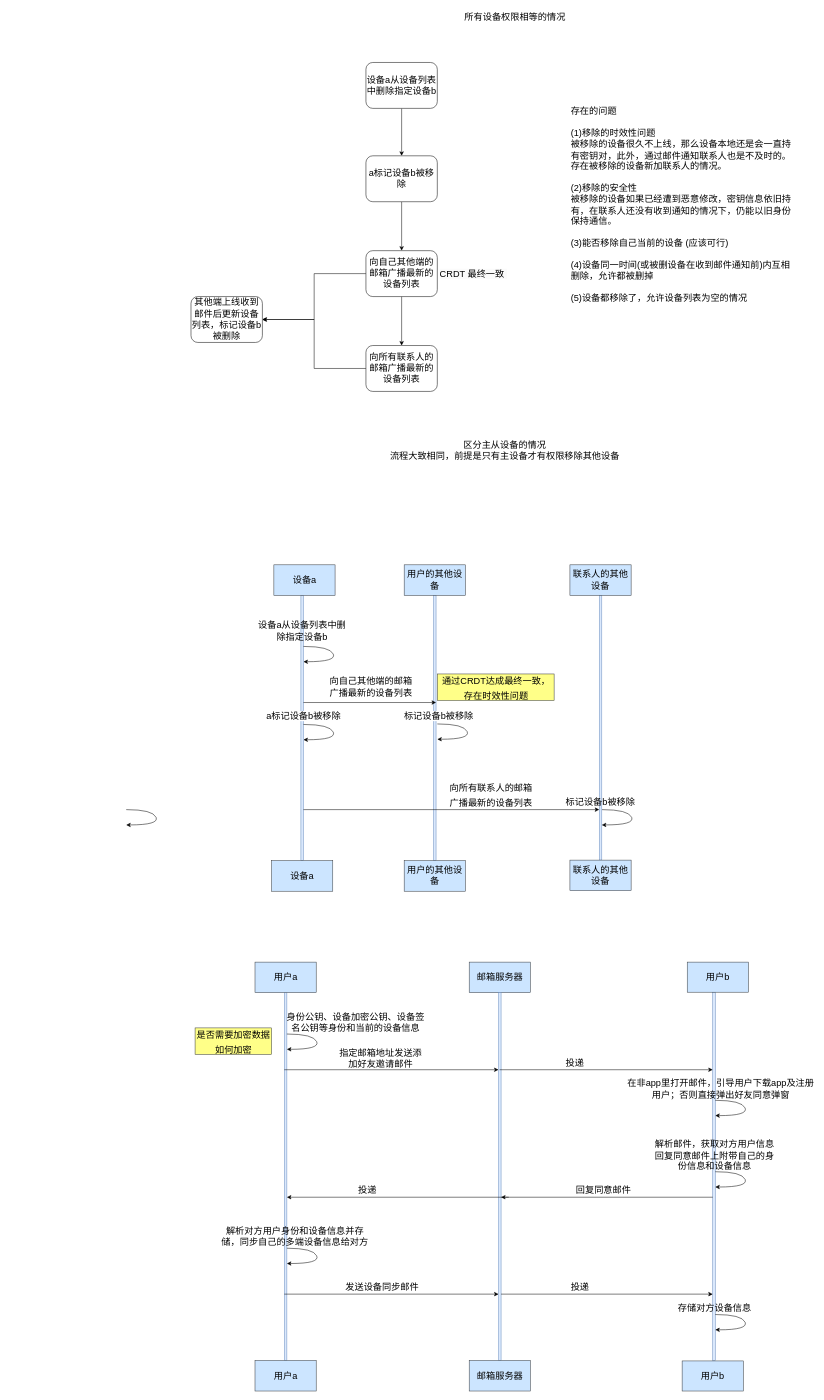
fiking1984/packetAnalyze keeps this draw.io diagram as page "第 14 页" (14 of 14) of src/main/java/Untitled Diagram.drawio. Above is the earlier version. Source tidied: cells renumbered, new cells numbered last; positions are measured from the earlier drawing's top-left corner, leaving out a move shared by most shapes. Both pictures are drawn from the tidied source at 51%, with x=0, y=0 at pixel (126, 9).
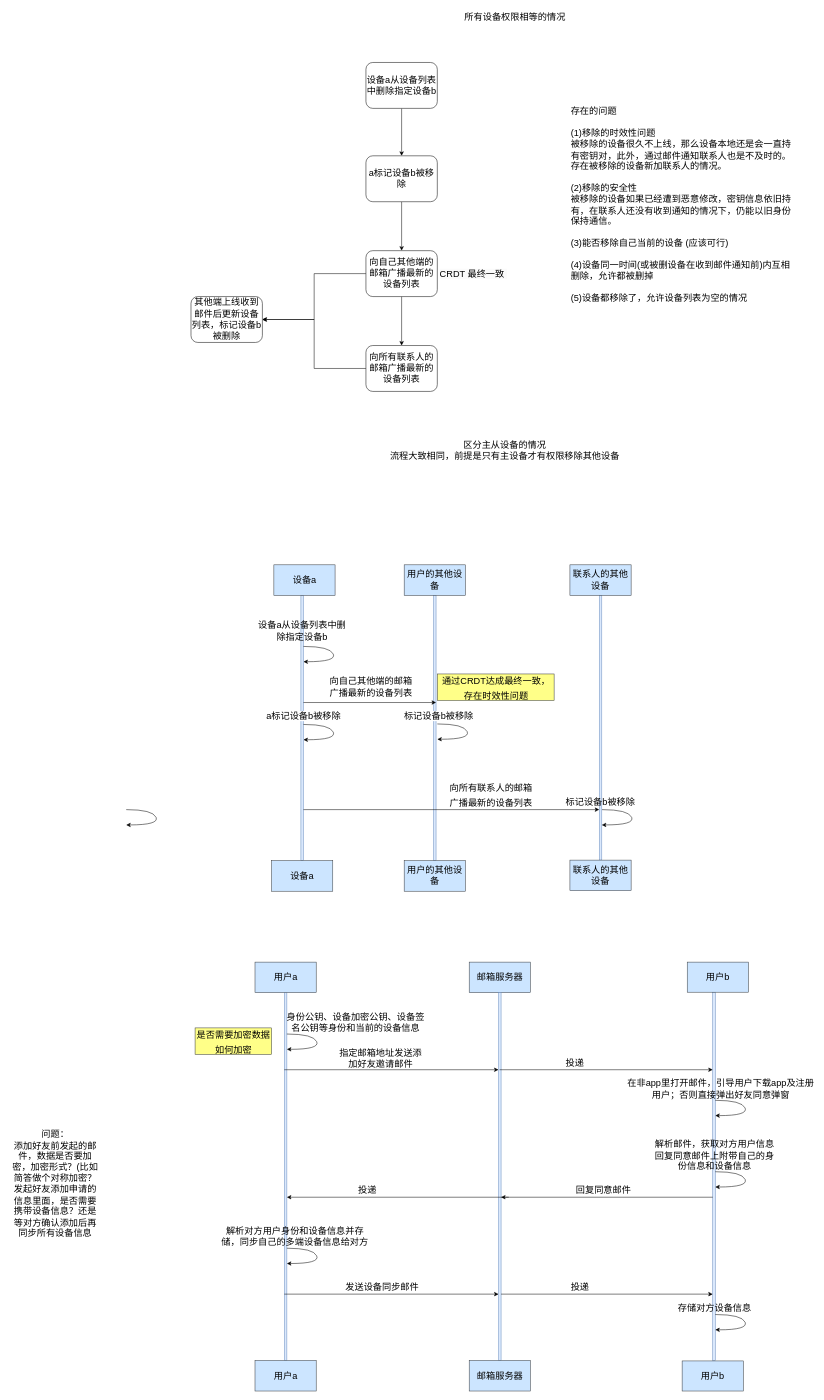
After the change.

Diff of the diagram source:
```diff
@@
+    <mxCell id="71" value="&lt;div style=&quot;text-align: center;&quot;&gt;&lt;span style=&quot;font-size: 18px;&quot;&gt;问题：&lt;/span&gt;&lt;/div&gt;&lt;div style=&quot;text-align: center;&quot;&gt;&lt;span style=&quot;font-size: 18px;&quot;&gt;添加好友前发起的邮件，数据是否要加密，加密形式？(比如简答做个对称加密？发起好友添加申请的信息里面，是否需要携带设备信息？还是等对方确认添加后再同步所有设备信息&lt;/span&gt;&lt;/div&gt;" style="text;whiteSpace=wrap;html=1;" parent="1" vertex="1">
+      <mxGeometry x="-230" y="2190" width="180" height="50" as="geometry" />
+    </mxCell>
```
